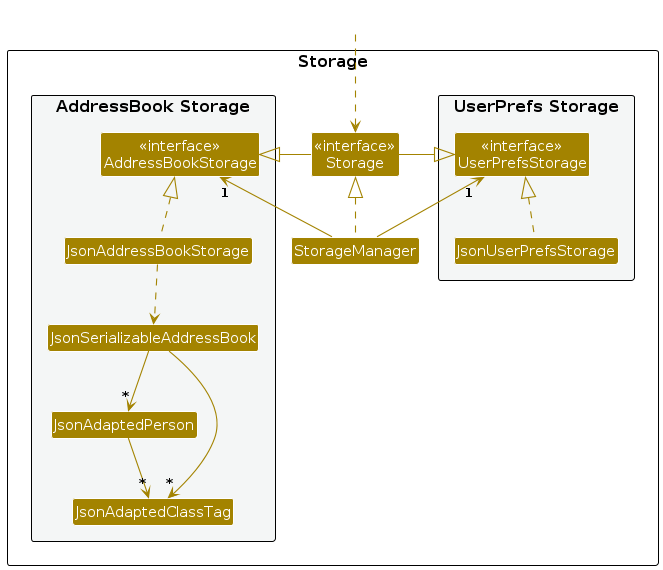
This is diagrams/StorageClassDiagram.png from AY2526S1-CS2103T-F10-3/tp, a PlantUML export, as it was before one commit. Its source is kept beside it as diagrams/StorageClassDiagram.puml.
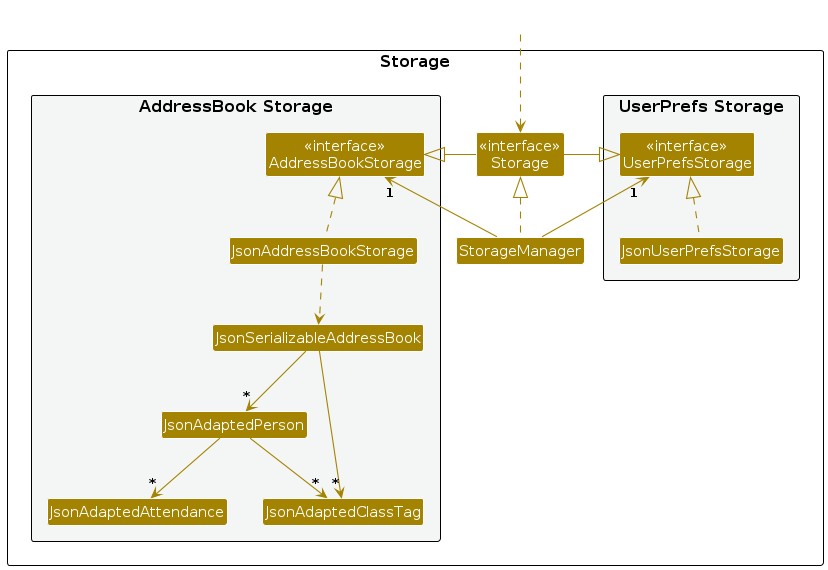
After the commit.

What changed in the source:
```diff
@@ -20,6 +20,7 @@
 Class JsonSerializableAddressBook
 Class JsonAdaptedPerson
 Class JsonAdaptedClassTag
+Class JsonAdaptedAttendance
 }
 
 }
@@ -40,5 +41,6 @@
 JsonSerializableAddressBook --> "*" JsonAdaptedPerson
 JsonSerializableAddressBook --> "*" JsonAdaptedClassTag
 JsonAdaptedPerson --> "*" JsonAdaptedClassTag
+ JsonAdaptedPerson --> "*" JsonAdaptedAttendance
 
 @enduml
```
